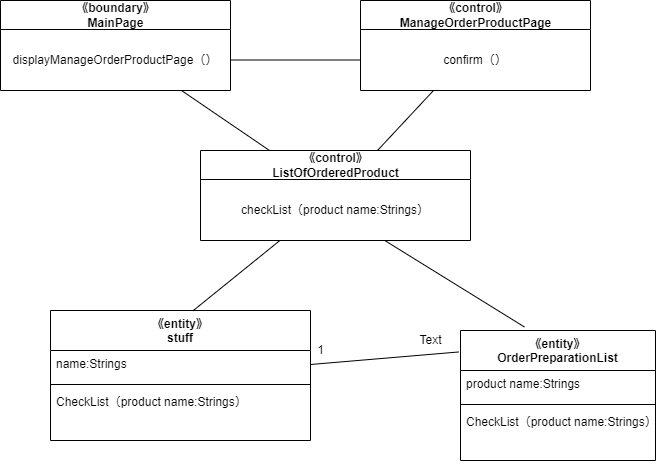
This is psp4/設計モデルのクラス/設計モデルクラス図_発注仕込み.drawio.png from MasakiHiguchi/---, a draw.io export, as it was before one commit. Source tidied: cells renumbered, new cells last; positions are measured from the earlier drawing's top-left corner, leaving out a move shared by most shapes.
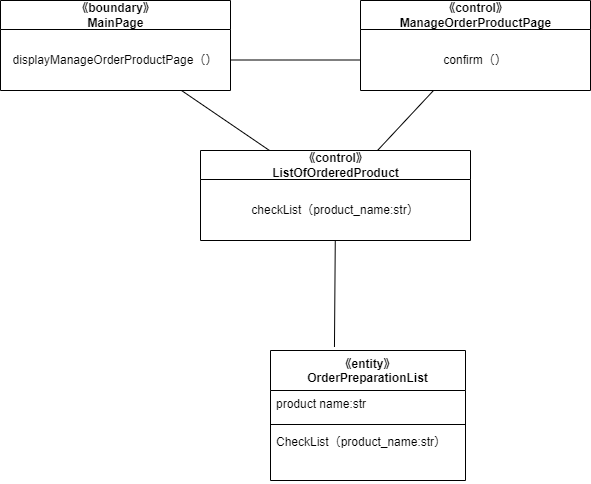
After the change.

The edit, as a diff of the source:
```diff
@@ -2,28 +2,10 @@
   <root>
     <mxCell id="0" />
     <mxCell id="1" parent="0" />
-    <mxCell id="2" style="edgeStyle=none;html=1;entryX=-0.008;entryY=0.165;entryDx=0;entryDy=0;entryPerimeter=0;endArrow=none;endFill=0;" parent="1" edge="1" source="3" target="17">
-      <mxGeometry relative="1" as="geometry" />
-    </mxCell>
-    <mxCell id="3" value="《entity》&#10;stuff" style="swimlane;fontStyle=1;align=center;verticalAlign=top;horizontal=1;startSize=40;" parent="1" vertex="1">
-      <mxGeometry x="50" y="310" width="260" height="130" as="geometry" />
-    </mxCell>
-    <mxCell id="4" value="name:Strings" style="text;strokeColor=none;fillColor=none;align=left;verticalAlign=top;spacingLeft=4;spacingRight=4;overflow=hidden;" parent="3" vertex="1">
-      <mxGeometry y="40" width="260" height="30" as="geometry" />
-    </mxCell>
-    <mxCell id="5" style="line;strokeWidth=1;fillColor=none;align=left;verticalAlign=middle;spacingTop=-1;spacingLeft=3;spacingRight=3;labelPosition=right;strokeColor=inherit;" parent="3" vertex="1">
-      <mxGeometry y="70" width="260" height="8" as="geometry" />
-    </mxCell>
-    <mxCell id="6" value="CheckList（product name:Strings）" style="text;strokeColor=none;fillColor=none;align=left;verticalAlign=top;spacingLeft=4;spacingRight=4;overflow=hidden;" parent="3" vertex="1">
-      <mxGeometry y="78" width="260" height="52" as="geometry" />
-    </mxCell>
-    <mxCell id="7" style="edgeStyle=none;html=1;entryX=0.547;entryY=0.004;entryDx=0;entryDy=0;entryPerimeter=0;endArrow=none;endFill=0;" parent="1" edge="1" source="8" target="3">
-      <mxGeometry relative="1" as="geometry" />
-    </mxCell>
     <mxCell id="8" value="《control》&lt;br&gt;ListOfOrderedProduct" style="swimlane;fontStyle=1;align=center;verticalAlign=middle;horizontal=1;startSize=29;html=1;" parent="1" vertex="1">
       <mxGeometry x="200" y="150" width="270" height="90" as="geometry" />
     </mxCell>
-    <mxCell id="9" value="checkList（product name:Strings）" style="text;html=1;strokeColor=none;fillColor=none;align=center;verticalAlign=middle;spacingLeft=4;spacingRight=4;overflow=hidden;points=[[0,0.5],[1,0.5]];portConstraint=eastwest;" parent="8" vertex="1">
+    <mxCell id="9" value="checkList（product_name:str）" style="text;html=1;strokeColor=none;fillColor=none;align=center;verticalAlign=middle;spacingLeft=4;spacingRight=4;overflow=hidden;points=[[0,0.5],[1,0.5]];portConstraint=eastwest;" parent="8" vertex="1">
       <mxGeometry y="29" width="270" height="61" as="geometry" />
     </mxCell>
     <mxCell id="10" style="edgeStyle=none;html=1;endArrow=none;endFill=0;" parent="1" edge="1" source="11" target="8">
@@ -48,25 +30,19 @@
       <mxGeometry relative="1" as="geometry" />
     </mxCell>
     <mxCell id="17" value="《entity》&#10;OrderPreparationList" style="swimlane;fontStyle=1;align=center;verticalAlign=top;horizontal=1;startSize=40;" parent="1" vertex="1">
-      <mxGeometry x="460" y="330" width="195" height="130" as="geometry" />
+      <mxGeometry x="270" y="350" width="195" height="130" as="geometry" />
     </mxCell>
-    <mxCell id="18" value="product name:Strings" style="text;strokeColor=none;fillColor=none;align=left;verticalAlign=top;spacingLeft=4;spacingRight=4;overflow=hidden;" parent="17" vertex="1">
+    <mxCell id="18" value="product name:str" style="text;strokeColor=none;fillColor=none;align=left;verticalAlign=top;spacingLeft=4;spacingRight=4;overflow=hidden;" parent="17" vertex="1">
       <mxGeometry y="40" width="195" height="30" as="geometry" />
     </mxCell>
     <mxCell id="19" style="line;strokeWidth=1;fillColor=none;align=left;verticalAlign=middle;spacingTop=-1;spacingLeft=3;spacingRight=3;labelPosition=right;strokeColor=inherit;" parent="17" vertex="1">
       <mxGeometry y="70" width="195" height="8" as="geometry" />
     </mxCell>
-    <mxCell id="20" value="CheckList（product name:Strings）" style="text;strokeColor=none;fillColor=none;align=left;verticalAlign=top;spacingLeft=4;spacingRight=4;overflow=hidden;" parent="17" vertex="1">
+    <mxCell id="20" value="CheckList（product_name:str）" style="text;strokeColor=none;fillColor=none;align=left;verticalAlign=top;spacingLeft=4;spacingRight=4;overflow=hidden;" parent="17" vertex="1">
       <mxGeometry y="78" width="195" height="52" as="geometry" />
     </mxCell>
     <mxCell id="21" style="edgeStyle=none;html=1;entryX=0.328;entryY=-0.027;entryDx=0;entryDy=0;entryPerimeter=0;endArrow=none;endFill=0;" parent="1" edge="1" source="9" target="17">
       <mxGeometry relative="1" as="geometry" />
     </mxCell>
-    <mxCell id="22" value="1" style="text;html=1;align=center;verticalAlign=middle;strokeColor=none;fillColor=none;" parent="1" vertex="1">
-      <mxGeometry x="305" y="335" width="30" height="30" as="geometry" />
-    </mxCell>
-    <mxCell id="23" value="Text" style="text;html=1;align=center;verticalAlign=middle;strokeColor=none;fillColor=none;" parent="1" vertex="1">
-      <mxGeometry x="405" y="325" width="50" height="30" as="geometry" />
-    </mxCell>
   </root>
 </mxGraphModel>
```
